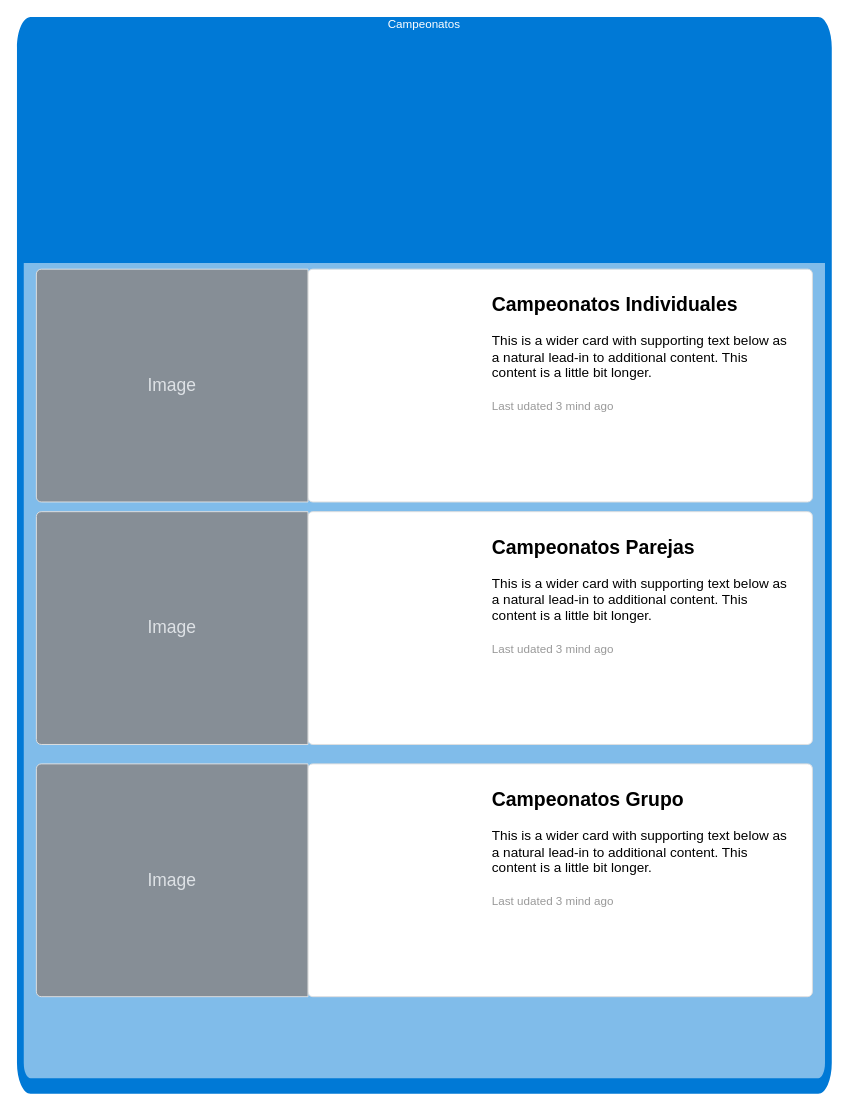
seguraedwin5/BoliranaTalentotech keeps this draw.io diagram as page "Campeonatos" (3 of 7) of diagramas/AppBolirana.drawio. Above is the earlier version. Source tidied: cells renumbered, new cells numbered last; positions are measured from the earlier drawing's top-left corner, leaving out a move shared by most shapes. Both pictures are drawn from the tidied source at 97%, with x=0, y=0 at pixel (16, 16).
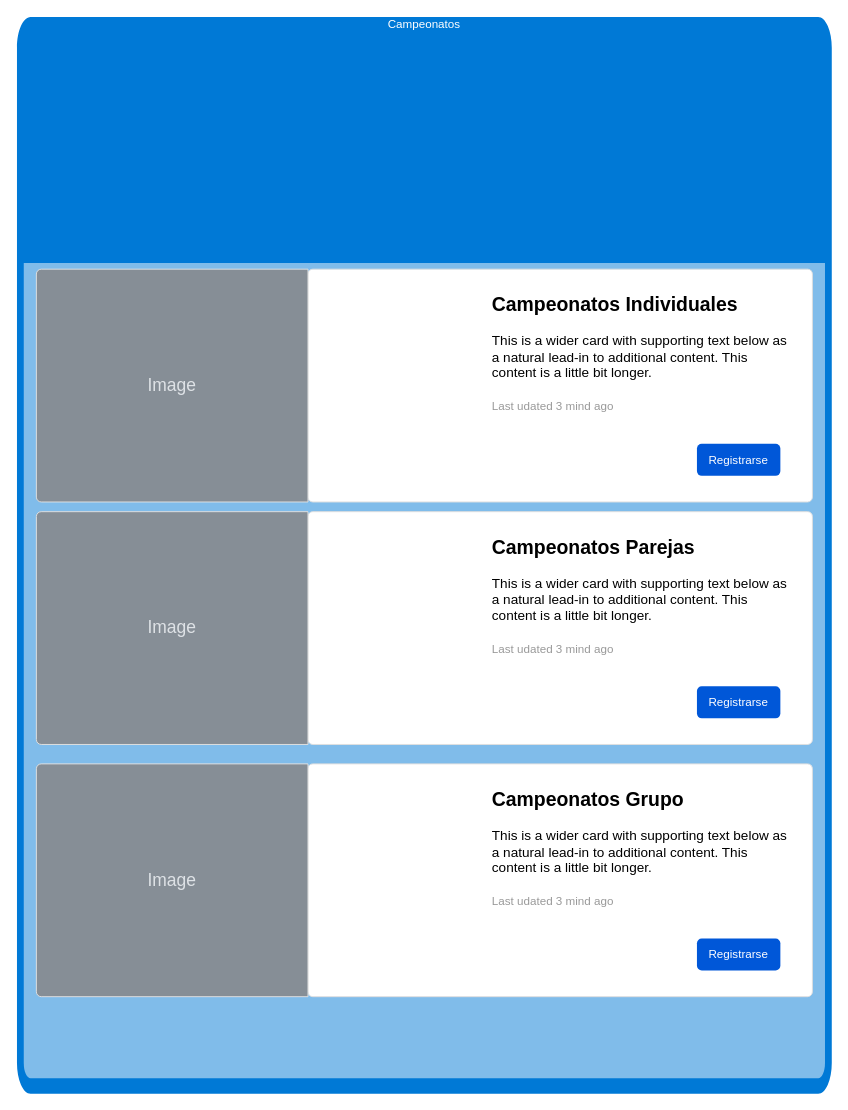
After the change.

Change to the diagram source:
```diff
@@
 <mxGraphModel>
   <root>
     <mxCell id="0" />
     <mxCell id="1" parent="0" />
     <mxCell id="2" value="Campeonatos" style="html=1;whiteSpace=wrap;strokeColor=none;fillColor=#0079D6;labelPosition=center;verticalLabelPosition=middle;verticalAlign=top;align=center;fontSize=12;spacingTop=-6;fontColor=#FFFFFF;sketch=0;shape=mxgraph.sitemap.page;" parent="1" vertex="1">
       <mxGeometry width="840" height="1110" as="geometry" />
     </mxCell>
     <mxCell id="3" value="&lt;b&gt;&lt;font style=&quot;font-size: 20px&quot;&gt;Campeonatos Individuales&lt;/font&gt;&lt;/b&gt;&lt;br&gt;&lt;br&gt;This is a wider card with supporting text below as a natural lead-in to additional content. This content is a little bit longer.&lt;br&gt;&lt;br&gt;&lt;font style=&quot;font-size: 12px&quot; color=&quot;#999999&quot;&gt;Last udated 3 mind ago&lt;/font&gt;" style="html=1;shadow=0;dashed=0;shape=mxgraph.bootstrap.rrect;rSize=5;strokeColor=#DFDFDF;html=1;whiteSpace=wrap;fillColor=#ffffff;fontColor=#000000;verticalAlign=top;align=left;spacing=20;fontSize=14;spacingLeft=170;" parent="1" vertex="1">
       <mxGeometry x="300" y="260" width="520" height="240" as="geometry" />
     </mxCell>
     <mxCell id="4" value="Image" style="html=1;shadow=0;dashed=0;shape=mxgraph.bootstrap.leftButton;rSize=5;perimeter=none;whiteSpace=wrap;fillColor=#868E96;strokeColor=#DFDFDF;fontColor=#DEE2E6;fontSize=18;" parent="3" vertex="1">
       <mxGeometry width="280" height="240" relative="1" as="geometry">
         <mxPoint x="-280" as="offset" />
       </mxGeometry>
     </mxCell>
+    <mxCell id="9" value="Registrarse" style="rounded=1;fillColor=#0057D8;strokeColor=none;html=1;whiteSpace=wrap;fontColor=#ffffff;align=center;verticalAlign=middle;fontStyle=0;fontSize=12;sketch=0;" parent="3" vertex="1">
+      <mxGeometry x="401" y="180" width="86" height="33" as="geometry" />
+    </mxCell>
     <mxCell id="5" value="&lt;b&gt;&lt;font style=&quot;font-size: 20px&quot;&gt;Campeonatos Parejas&lt;/font&gt;&lt;/b&gt;&lt;br&gt;&lt;br&gt;This is a wider card with supporting text below as a natural lead-in to additional content. This content is a little bit longer.&lt;br&gt;&lt;br&gt;&lt;font style=&quot;font-size: 12px&quot; color=&quot;#999999&quot;&gt;Last udated 3 mind ago&lt;/font&gt;" style="html=1;shadow=0;dashed=0;shape=mxgraph.bootstrap.rrect;rSize=5;strokeColor=#DFDFDF;html=1;whiteSpace=wrap;fillColor=#ffffff;fontColor=#000000;verticalAlign=top;align=left;spacing=20;fontSize=14;spacingLeft=170;" parent="1" vertex="1">
       <mxGeometry x="300" y="510" width="520" height="240" as="geometry" />
     </mxCell>
     <mxCell id="6" value="Image" style="html=1;shadow=0;dashed=0;shape=mxgraph.bootstrap.leftButton;rSize=5;perimeter=none;whiteSpace=wrap;fillColor=#868E96;strokeColor=#DFDFDF;fontColor=#DEE2E6;fontSize=18;" parent="5" vertex="1">
       <mxGeometry width="280" height="240" relative="1" as="geometry">
         <mxPoint x="-280" as="offset" />
       </mxGeometry>
     </mxCell>
+    <mxCell id="10" value="Registrarse" style="rounded=1;fillColor=#0057D8;strokeColor=none;html=1;whiteSpace=wrap;fontColor=#ffffff;align=center;verticalAlign=middle;fontStyle=0;fontSize=12;sketch=0;" parent="5" vertex="1">
+      <mxGeometry x="401" y="180" width="86" height="33" as="geometry" />
+    </mxCell>
     <mxCell id="7" value="&lt;b&gt;&lt;font style=&quot;font-size: 20px&quot;&gt;Campeonatos Grupo&lt;/font&gt;&lt;/b&gt;&lt;br&gt;&lt;br&gt;This is a wider card with supporting text below as a natural lead-in to additional content. This content is a little bit longer.&lt;br&gt;&lt;br&gt;&lt;font style=&quot;font-size: 12px&quot; color=&quot;#999999&quot;&gt;Last udated 3 mind ago&lt;/font&gt;" style="html=1;shadow=0;dashed=0;shape=mxgraph.bootstrap.rrect;rSize=5;strokeColor=#DFDFDF;html=1;whiteSpace=wrap;fillColor=#ffffff;fontColor=#000000;verticalAlign=top;align=left;spacing=20;fontSize=14;spacingLeft=170;" parent="1" vertex="1">
       <mxGeometry x="300" y="770" width="520" height="240" as="geometry" />
     </mxCell>
     <mxCell id="8" value="Image" style="html=1;shadow=0;dashed=0;shape=mxgraph.bootstrap.leftButton;rSize=5;perimeter=none;whiteSpace=wrap;fillColor=#868E96;strokeColor=#DFDFDF;fontColor=#DEE2E6;fontSize=18;" parent="7" vertex="1">
       <mxGeometry width="280" height="240" relative="1" as="geometry">
         <mxPoint x="-280" as="offset" />
       </mxGeometry>
     </mxCell>
+    <mxCell id="11" value="Registrarse" style="rounded=1;fillColor=#0057D8;strokeColor=none;html=1;whiteSpace=wrap;fontColor=#ffffff;align=center;verticalAlign=middle;fontStyle=0;fontSize=12;sketch=0;" parent="7" vertex="1">
+      <mxGeometry x="401" y="180" width="86" height="33" as="geometry" />
+    </mxCell>
   </root>
 </mxGraphModel>
```
